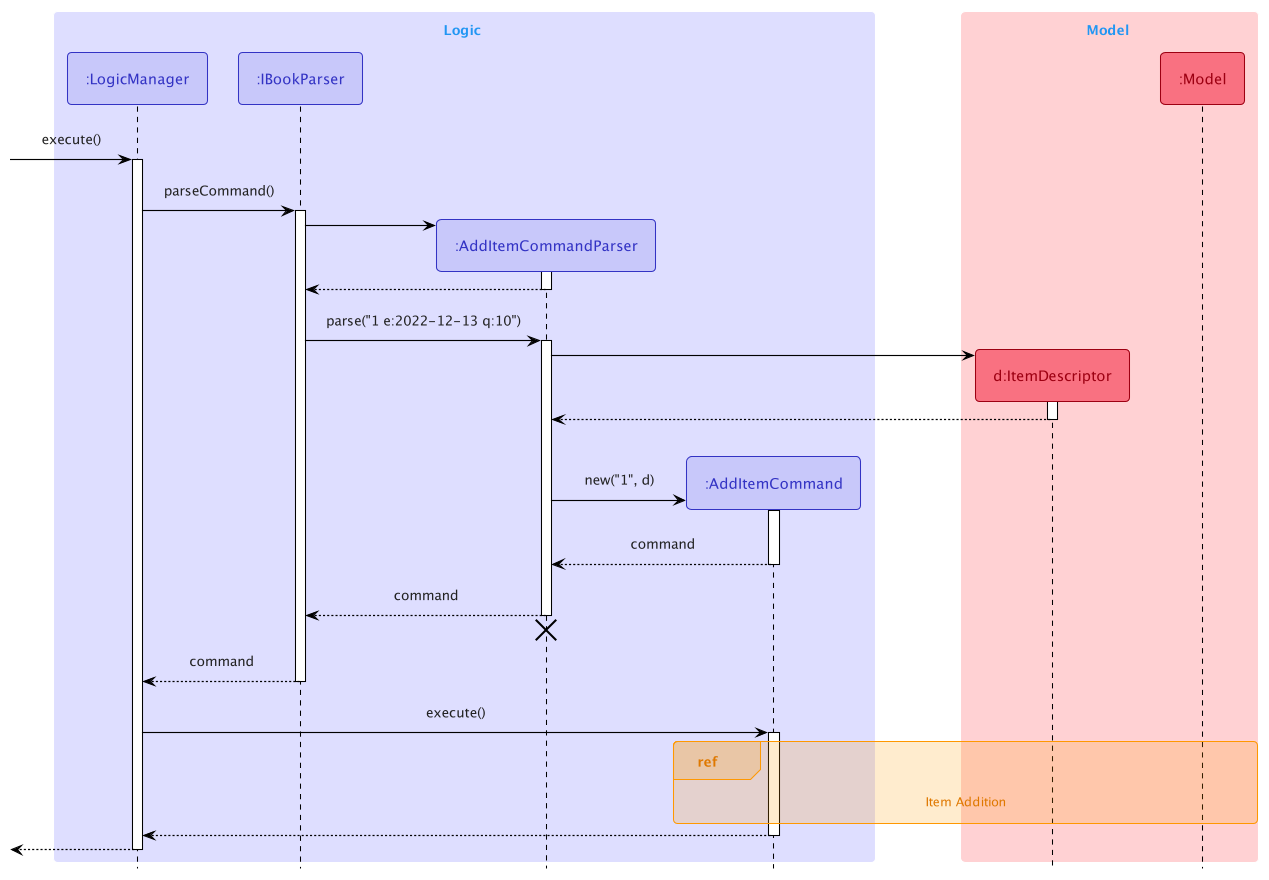
Earlier version of the PlantUML export docs/images/AddItemSequenceDiagram.png (nus-cs2103-AY2122S2/tp). The source it was exported from:
```plantuml
@startuml
!include Style.puml
!include SequenceStyle.puml

skinparam SequenceFontSize 30

box Logic LOGIC_COLOR_LIGHT
participant ":LogicManager" as LogicManager<<Logic>>
participant ":IBookParser" as IBookParser<<Logic>>
participant ":AddItemCommandParser" as AddItemCommandParser<<Logic>>
participant ":AddItemCommand" as AddItemCommand<<Logic>>
end box

box Model MODEL_COLOR_LIGHT
participant "d:ItemDescriptor" as ItemDescriptor<<Model>>
participant ":Model" as Model<<Model>>
end box

[-> LogicManager : execute()
activate LogicManager

LogicManager -> IBookParser : parseCommand()
activate IBookParser

create AddItemCommandParser
IBookParser -> AddItemCommandParser
activate AddItemCommandParser

AddItemCommandParser --> IBookParser
deactivate AddItemCommandParser

IBookParser -> AddItemCommandParser : parse("1 e:2022-12-13 q:10")
activate AddItemCommandParser

create ItemDescriptor
AddItemCommandParser -> ItemDescriptor
activate ItemDescriptor

ItemDescriptor --> AddItemCommandParser
deactivate ItemDescriptor
ItemDescriptor -[hidden]-> AddItemCommandParser
ItemDescriptor -[hidden]-> AddItemCommandParser

create AddItemCommand
AddItemCommandParser -> AddItemCommand : new("1", d)
activate AddItemCommand
AddItemCommand --> AddItemCommandParser : command
deactivate AddItemCommand

AddItemCommandParser --> IBookParser : command
deactivate AddItemCommandParser
AddItemCommandParser -[hidden]-> IBookParser
destroy AddItemCommandParser

IBookParser --> LogicManager : command
deactivate IBookParser

LogicManager -> AddItemCommand : execute()
activate AddItemCommand

ref over AddItemCommand, ItemDescriptor, Model : Item Addition

AddItemCommand --> LogicManager
deactivate AddItemCommand

[<-- LogicManager
deactivate LogicManager

@enduml
```
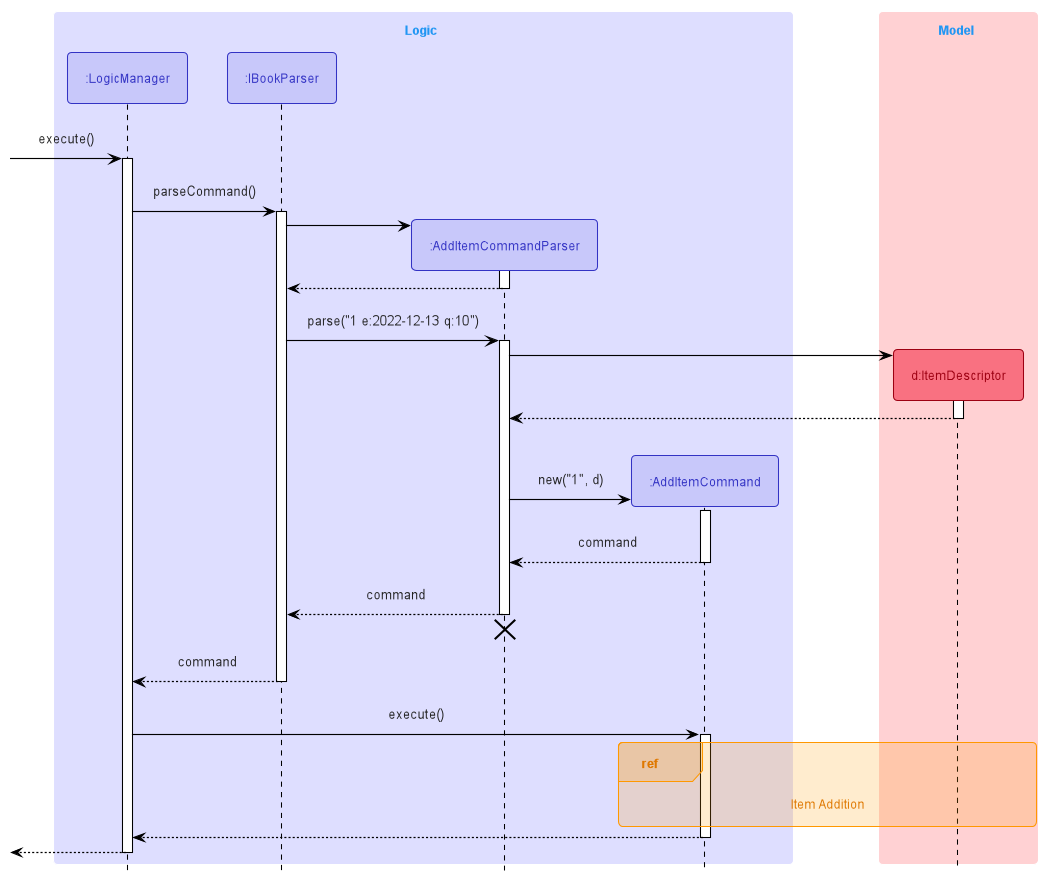
Above is the later version.

Diff of the diagram source:
```diff
@@ -13,7 +13,6 @@
 
 box Model MODEL_COLOR_LIGHT
 participant "d:ItemDescriptor" as ItemDescriptor<<Model>>
-participant ":Model" as Model<<Model>>
 end box
 
 [-> LogicManager : execute()
@@ -58,7 +57,7 @@
 LogicManager -> AddItemCommand : execute()
 activate AddItemCommand
 
-ref over AddItemCommand, ItemDescriptor, Model : Item Addition
+ref over AddItemCommand, ItemDescriptor : Item Addition
 
 AddItemCommand --> LogicManager
 deactivate AddItemCommand
```
